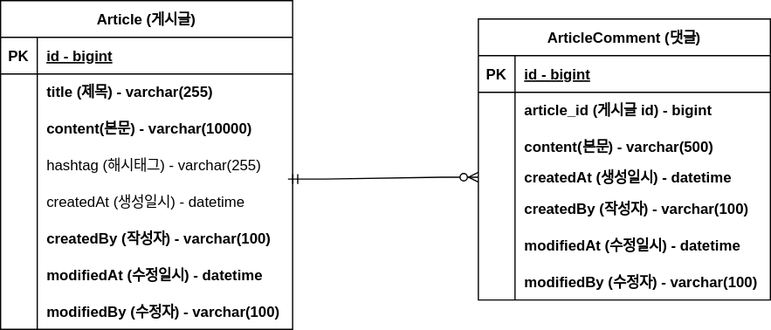
sagong0/fc-board-project keeps this draw.io diagram as document/board-erd.svg. Above is the earlier version. Source tidied: cells renumbered, new cells last; positions are measured from the earlier drawing's top-left corner, leaving out a move shared by most shapes.
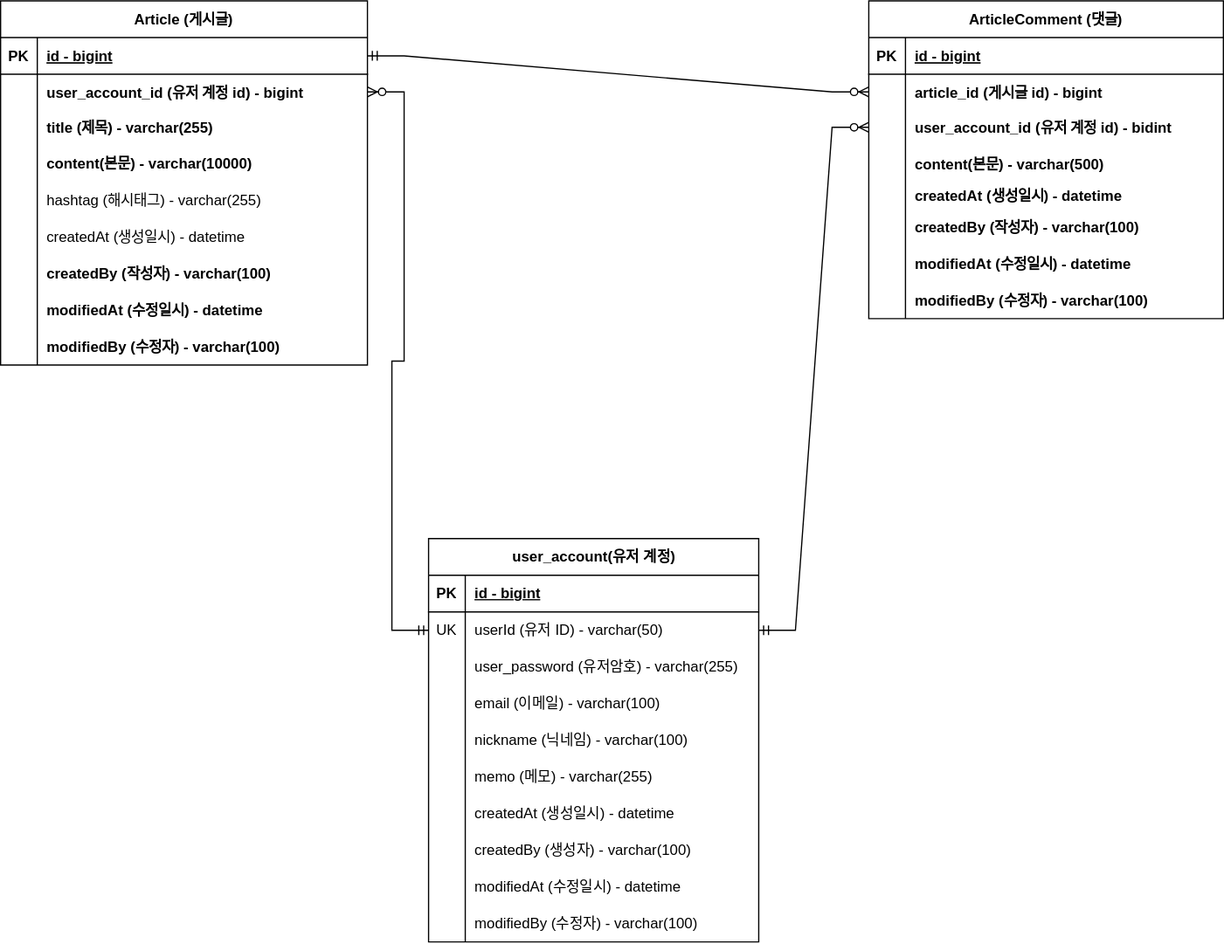
After the commit.

Commit message:
#17 - 회원계정 erd 반영

The edit, as a diff of the source:
```diff
@@ -5,6 +5,6 @@
     <mxCell id="2" value="Article (게시글)" style="shape=table;startSize=30;rowLines=0;fontStyle=1;align=center;" parent="1" vertex="1">
-      <mxGeometry width="239" height="269" as="geometry" />
+      <mxGeometry x="-40" y="-85" width="300" height="298" as="geometry" />
     </mxCell>
     <mxCell id="3" style="shape=partialRectangle;fillColor=none;points=[[0,0.5],[1,0.5]];portConstraint=eastwest;top=0;left=0;right=0;bottom=1;" parent="2" vertex="1">
-      <mxGeometry y="30" width="239" height="30" as="geometry" />
+      <mxGeometry y="30" width="300" height="30" as="geometry" />
     </mxCell>
@@ -14,6 +14,6 @@
     <mxCell id="5" value="id - bigint" style="shape=partialRectangle;overflow=hidden;fillColor=none;top=0;left=0;bottom=0;right=0;align=left;spacingLeft=6;fontStyle=5;" parent="3" vertex="1">
-      <mxGeometry x="30" width="209" height="30" as="geometry" />
+      <mxGeometry x="30" width="270" height="30" as="geometry" />
     </mxCell>
     <mxCell id="6" style="shape=partialRectangle;fillColor=none;points=[[0,0.5],[1,0.5]];portConstraint=eastwest;top=0;left=0;right=0;bottom=0;" parent="2" vertex="1">
-      <mxGeometry y="60" width="239" height="29" as="geometry" />
+      <mxGeometry y="60" width="300" height="29" as="geometry" />
     </mxCell>
@@ -22,7 +22,16 @@
     </mxCell>
-    <mxCell id="8" value="title (제목) - varchar(255)" style="shape=partialRectangle;overflow=hidden;fillColor=none;top=0;left=0;bottom=0;right=0;align=left;spacingLeft=6;fontStyle=1;" parent="6" vertex="1">
-      <mxGeometry x="30" width="209" height="29" as="geometry" />
+    <mxCell id="8" value="user_account_id (유저 계정 id) - bigint" style="shape=partialRectangle;overflow=hidden;fillColor=none;top=0;left=0;bottom=0;right=0;align=left;spacingLeft=6;fontStyle=1;" parent="6" vertex="1">
+      <mxGeometry x="30" width="270" height="29" as="geometry" />
     </mxCell>
+    <mxCell id="50" style="shape=partialRectangle;fillColor=none;top=0;left=0;right=0;bottom=0;" parent="2" vertex="1">
+      <mxGeometry y="89" width="300" height="29" as="geometry" />
+    </mxCell>
+    <mxCell id="51" style="shape=partialRectangle;overflow=hidden;fillColor=none;top=0;left=0;bottom=0;right=0;" parent="50" vertex="1">
+      <mxGeometry width="30" height="29" as="geometry" />
+    </mxCell>
+    <mxCell id="52" value="title (제목) - varchar(255)" style="shape=partialRectangle;overflow=hidden;fillColor=none;top=0;left=0;bottom=0;right=0;align=left;spacingLeft=6;fontStyle=1;" parent="50" vertex="1">
+      <mxGeometry x="30" width="270" height="29" as="geometry" />
+    </mxCell>
     <mxCell id="9" style="shape=partialRectangle;fillColor=none;top=0;left=0;right=0;bottom=0;" parent="2" vertex="1">
-      <mxGeometry y="89" width="239" height="30" as="geometry" />
+      <mxGeometry y="118" width="300" height="30" as="geometry" />
     </mxCell>
@@ -32,6 +41,6 @@
     <mxCell id="11" value="content(본문) - varchar(10000)" style="shape=partialRectangle;overflow=hidden;fillColor=none;top=0;left=0;bottom=0;right=0;align=left;spacingLeft=6;fontStyle=1;" parent="9" vertex="1">
-      <mxGeometry x="30" width="209" height="30" as="geometry" />
+      <mxGeometry x="30" width="270" height="30" as="geometry" />
     </mxCell>
     <mxCell id="12" style="shape=partialRectangle;fillColor=none;top=0;left=0;right=0;bottom=0;" parent="2" vertex="1">
-      <mxGeometry y="119" width="239" height="30" as="geometry" />
+      <mxGeometry y="148" width="300" height="30" as="geometry" />
     </mxCell>
@@ -41,6 +50,6 @@
     <mxCell id="14" value="hashtag (해시태그) - varchar(255)" style="shape=partialRectangle;overflow=hidden;fillColor=none;top=0;left=0;bottom=0;right=0;align=left;spacingLeft=6;" parent="12" vertex="1">
-      <mxGeometry x="30" width="209" height="30" as="geometry" />
+      <mxGeometry x="30" width="270" height="30" as="geometry" />
     </mxCell>
     <mxCell id="15" style="shape=partialRectangle;fillColor=none;points=[[0,0.5],[1,0.5]];portConstraint=eastwest;top=0;left=0;right=0;bottom=0;" parent="2" vertex="1">
-      <mxGeometry y="149" width="239" height="30" as="geometry" />
+      <mxGeometry y="178" width="300" height="30" as="geometry" />
     </mxCell>
@@ -50,6 +59,6 @@
     <mxCell id="17" value="createdAt (생성일시) - datetime" style="shape=partialRectangle;overflow=hidden;fillColor=none;top=0;left=0;bottom=0;right=0;align=left;spacingLeft=6;" parent="15" vertex="1">
-      <mxGeometry x="30" width="209" height="30" as="geometry" />
+      <mxGeometry x="30" width="270" height="30" as="geometry" />
     </mxCell>
     <mxCell id="18" style="shape=partialRectangle;fillColor=none;top=0;left=0;right=0;bottom=0;" parent="2" vertex="1">
-      <mxGeometry y="179" width="239" height="30" as="geometry" />
+      <mxGeometry y="208" width="300" height="30" as="geometry" />
     </mxCell>
@@ -59,6 +68,6 @@
     <mxCell id="20" value="createdBy (작성자) - varchar(100)" style="shape=partialRectangle;overflow=hidden;fillColor=none;top=0;left=0;bottom=0;right=0;align=left;spacingLeft=6;fontStyle=1;" parent="18" vertex="1">
-      <mxGeometry x="30" width="209" height="30" as="geometry" />
+      <mxGeometry x="30" width="270" height="30" as="geometry" />
     </mxCell>
     <mxCell id="21" style="shape=partialRectangle;fillColor=none;top=0;left=0;right=0;bottom=0;" parent="2" vertex="1">
-      <mxGeometry y="209" width="239" height="30" as="geometry" />
+      <mxGeometry y="238" width="300" height="30" as="geometry" />
     </mxCell>
@@ -68,6 +77,6 @@
     <mxCell id="23" value="modifiedAt (수정일시) - datetime" style="shape=partialRectangle;overflow=hidden;fillColor=none;top=0;left=0;bottom=0;right=0;align=left;spacingLeft=6;fontStyle=1;" parent="21" vertex="1">
-      <mxGeometry x="30" width="209" height="30" as="geometry" />
+      <mxGeometry x="30" width="270" height="30" as="geometry" />
     </mxCell>
     <mxCell id="24" style="shape=partialRectangle;fillColor=none;top=0;left=0;right=0;bottom=0;" parent="2" vertex="1">
-      <mxGeometry y="239" width="239" height="30" as="geometry" />
+      <mxGeometry y="268" width="300" height="30" as="geometry" />
     </mxCell>
@@ -77,12 +86,9 @@
     <mxCell id="26" value="modifiedBy (수정자) - varchar(100)" style="shape=partialRectangle;overflow=hidden;fillColor=none;top=0;left=0;bottom=0;right=0;align=left;spacingLeft=6;fontStyle=1;" parent="24" vertex="1">
-      <mxGeometry x="30" width="209" height="30" as="geometry" />
+      <mxGeometry x="30" width="270" height="30" as="geometry" />
     </mxCell>
-    <mxCell id="27" style="edgeStyle=entityRelationEdgeStyle;fontSize=12;html=1;endArrow=ERzeroToMany;startArrow=ERmandOne;rounded=0;exitX=0.984;exitY=-0.1;exitDx=0;exitDy=0;exitPerimeter=0;" parent="1" edge="1" source="15" target="38">
-      <mxGeometry relative="1" as="geometry" />
-    </mxCell>
     <mxCell id="28" value="ArticleComment (댓글)" style="shape=table;startSize=30;rowLines=0;fontStyle=1;align=center;" parent="1" vertex="1">
-      <mxGeometry x="391" y="15" width="239" height="230" as="geometry" />
+      <mxGeometry x="670" y="-85" width="290" height="260" as="geometry" />
     </mxCell>
     <mxCell id="29" style="shape=partialRectangle;fillColor=none;top=0;left=0;right=0;bottom=1;" parent="28" vertex="1">
-      <mxGeometry y="30" width="239" height="30" as="geometry" />
+      <mxGeometry y="30" width="290" height="30" as="geometry" />
     </mxCell>
@@ -92,6 +98,6 @@
     <mxCell id="31" value="id - bigint" style="shape=partialRectangle;overflow=hidden;fillColor=none;top=0;left=0;bottom=0;right=0;align=left;spacingLeft=6;fontStyle=5;" parent="29" vertex="1">
-      <mxGeometry x="30" width="209" height="30" as="geometry" />
+      <mxGeometry x="30" width="260" height="30" as="geometry" />
     </mxCell>
     <mxCell id="32" style="shape=partialRectangle;fillColor=none;points=[[0,0.5],[1,0.5]];portConstraint=eastwest;top=0;left=0;right=0;bottom=0;" parent="28" vertex="1">
-      <mxGeometry y="60" width="239" height="29" as="geometry" />
+      <mxGeometry y="60" width="290" height="29" as="geometry" />
     </mxCell>
@@ -101,15 +107,24 @@
     <mxCell id="34" value="article_id (게시글 id) - bigint" style="shape=partialRectangle;overflow=hidden;fillColor=none;top=0;left=0;bottom=0;right=0;align=left;spacingLeft=6;fontStyle=1;" parent="32" vertex="1">
-      <mxGeometry x="30" width="209" height="29" as="geometry" />
+      <mxGeometry x="30" width="260" height="29" as="geometry" />
     </mxCell>
+    <mxCell id="53" style="shape=partialRectangle;fillColor=none;points=[[0,0.5],[1,0.5]];portConstraint=eastwest;top=0;left=0;right=0;bottom=0;" parent="28" vertex="1">
+      <mxGeometry y="89" width="290" height="29" as="geometry" />
+    </mxCell>
+    <mxCell id="54" style="shape=partialRectangle;overflow=hidden;fillColor=none;top=0;left=0;bottom=0;right=0;" parent="53" vertex="1">
+      <mxGeometry width="30" height="29" as="geometry" />
+    </mxCell>
+    <mxCell id="55" value="user_account_id (유저 계정 id) - bidint" style="shape=partialRectangle;overflow=hidden;fillColor=none;top=0;left=0;bottom=0;right=0;align=left;spacingLeft=6;fontStyle=1;" parent="53" vertex="1">
+      <mxGeometry x="30" width="260" height="29" as="geometry" />
+    </mxCell>
     <mxCell id="35" style="shape=partialRectangle;fillColor=none;top=0;left=0;right=0;bottom=0;" parent="28" vertex="1">
-      <mxGeometry y="89" width="239" height="30" as="geometry" />
+      <mxGeometry y="118" width="290" height="31" as="geometry" />
     </mxCell>
     <mxCell id="36" style="shape=partialRectangle;overflow=hidden;fillColor=none;top=0;left=0;bottom=0;right=0;" parent="35" vertex="1">
-      <mxGeometry width="30" height="30" as="geometry" />
+      <mxGeometry width="30" height="31" as="geometry" />
     </mxCell>
     <mxCell id="37" value="content(본문) - varchar(500)" style="shape=partialRectangle;overflow=hidden;fillColor=none;top=0;left=0;bottom=0;right=0;align=left;spacingLeft=6;fontStyle=1;" parent="35" vertex="1">
-      <mxGeometry x="30" width="209" height="30" as="geometry" />
+      <mxGeometry x="30" width="260" height="31" as="geometry" />
     </mxCell>
     <mxCell id="38" style="shape=partialRectangle;fillColor=none;points=[[0,0.5],[1,0.5]];portConstraint=eastwest;top=0;left=0;right=0;bottom=0;" parent="28" vertex="1">
-      <mxGeometry y="119" width="239" height="21" as="geometry" />
+      <mxGeometry y="149" width="290" height="21" as="geometry" />
     </mxCell>
@@ -119,6 +134,6 @@
     <mxCell id="40" value="createdAt (생성일시) - datetime" style="shape=partialRectangle;overflow=hidden;fillColor=none;top=0;left=0;bottom=0;right=0;align=left;spacingLeft=6;fontStyle=1;" parent="38" vertex="1">
-      <mxGeometry x="30" width="209" height="21" as="geometry" />
+      <mxGeometry x="30" width="260" height="21" as="geometry" />
     </mxCell>
     <mxCell id="41" style="shape=partialRectangle;fillColor=none;top=0;left=0;right=0;bottom=0;" parent="28" vertex="1">
-      <mxGeometry y="140" width="239" height="30" as="geometry" />
+      <mxGeometry y="170" width="290" height="30" as="geometry" />
     </mxCell>
@@ -128,6 +143,6 @@
     <mxCell id="43" value="createdBy (작성자) - varchar(100)" style="shape=partialRectangle;overflow=hidden;fillColor=none;top=0;left=0;bottom=0;right=0;align=left;spacingLeft=6;fontStyle=1;" parent="41" vertex="1">
-      <mxGeometry x="30" width="209" height="30" as="geometry" />
+      <mxGeometry x="30" width="260" height="30" as="geometry" />
     </mxCell>
     <mxCell id="44" style="shape=partialRectangle;fillColor=none;top=0;left=0;right=0;bottom=0;" parent="28" vertex="1">
-      <mxGeometry y="170" width="239" height="30" as="geometry" />
+      <mxGeometry y="200" width="290" height="30" as="geometry" />
     </mxCell>
@@ -137,6 +152,6 @@
     <mxCell id="46" value="modifiedAt (수정일시) - datetime" style="shape=partialRectangle;overflow=hidden;fillColor=none;top=0;left=0;bottom=0;right=0;align=left;spacingLeft=6;fontStyle=1;" parent="44" vertex="1">
-      <mxGeometry x="30" width="209" height="30" as="geometry" />
+      <mxGeometry x="30" width="260" height="30" as="geometry" />
     </mxCell>
     <mxCell id="47" style="shape=partialRectangle;fillColor=none;top=0;left=0;right=0;bottom=0;" parent="28" vertex="1">
-      <mxGeometry y="200" width="239" height="30" as="geometry" />
+      <mxGeometry y="230" width="290" height="30" as="geometry" />
     </mxCell>
@@ -146,4 +161,106 @@
     <mxCell id="49" value="modifiedBy (수정자) - varchar(100)" style="shape=partialRectangle;overflow=hidden;fillColor=none;top=0;left=0;bottom=0;right=0;align=left;spacingLeft=6;fontStyle=1;" parent="47" vertex="1">
-      <mxGeometry x="30" width="209" height="30" as="geometry" />
+      <mxGeometry x="30" width="260" height="30" as="geometry" />
     </mxCell>
+    <mxCell id="56" value="user_account(유저 계정)" style="shape=table;startSize=30;rowLines=0;fontStyle=1;align=center;html=1;" parent="1" vertex="1">
+      <mxGeometry x="310" y="355" width="270" height="330" as="geometry" />
+    </mxCell>
+    <mxCell id="57" style="shape=tableRow;horizontal=0;startSize=0;swimlaneHead=0;swimlaneBody=0;fillColor=none;top=0;left=0;right=0;bottom=1;" parent="56" vertex="1">
+      <mxGeometry y="30" width="270" height="30" as="geometry" />
+    </mxCell>
+    <mxCell id="58" value="PK" style="shape=partialRectangle;fillColor=none;top=0;left=0;bottom=0;right=0;fontStyle=1;overflow=hidden;whiteSpace=wrap;html=1;" parent="57" vertex="1">
+      <mxGeometry width="30" height="30" as="geometry" />
+    </mxCell>
+    <mxCell id="59" value="id - bigint" style="shape=partialRectangle;fillColor=none;top=0;left=0;bottom=0;right=0;align=left;spacingLeft=6;fontStyle=5;overflow=hidden;whiteSpace=wrap;html=1;" parent="57" vertex="1">
+      <mxGeometry x="30" width="240" height="30" as="geometry" />
+    </mxCell>
+    <mxCell id="60" style="shape=tableRow;horizontal=0;startSize=0;swimlaneHead=0;swimlaneBody=0;fillColor=none;points=[[0,0.5],[1,0.5]];portConstraint=eastwest;top=0;left=0;right=0;bottom=0;" parent="56" vertex="1">
+      <mxGeometry y="60" width="270" height="30" as="geometry" />
+    </mxCell>
+    <mxCell id="61" value="UK" style="shape=partialRectangle;fillColor=none;top=0;left=0;bottom=0;right=0;overflow=hidden;whiteSpace=wrap;html=1;" parent="60" vertex="1">
+      <mxGeometry width="30" height="30" as="geometry" />
+    </mxCell>
+    <mxCell id="62" value="userId (유저 ID) - varchar(50)" style="shape=partialRectangle;fillColor=none;top=0;left=0;bottom=0;right=0;align=left;spacingLeft=6;overflow=hidden;whiteSpace=wrap;html=1;" parent="60" vertex="1">
+      <mxGeometry x="30" width="240" height="30" as="geometry" />
+    </mxCell>
+    <mxCell id="63" style="shape=tableRow;horizontal=0;startSize=0;swimlaneHead=0;swimlaneBody=0;fillColor=none;top=0;left=0;right=0;bottom=0;" parent="56" vertex="1">
+      <mxGeometry y="90" width="270" height="30" as="geometry" />
+    </mxCell>
+    <mxCell id="64" style="shape=partialRectangle;fillColor=none;top=0;left=0;bottom=0;right=0;overflow=hidden;whiteSpace=wrap;html=1;" parent="63" vertex="1">
+      <mxGeometry width="30" height="30" as="geometry" />
+    </mxCell>
+    <mxCell id="65" value="user_password (유저암호) - varchar(255)" style="shape=partialRectangle;fillColor=none;top=0;left=0;bottom=0;right=0;align=left;spacingLeft=6;overflow=hidden;whiteSpace=wrap;html=1;" parent="63" vertex="1">
+      <mxGeometry x="30" width="240" height="30" as="geometry" />
+    </mxCell>
+    <mxCell id="66" style="shape=tableRow;horizontal=0;startSize=0;swimlaneHead=0;swimlaneBody=0;fillColor=none;top=0;left=0;right=0;bottom=0;" parent="56" vertex="1">
+      <mxGeometry y="120" width="270" height="30" as="geometry" />
+    </mxCell>
+    <mxCell id="67" style="shape=partialRectangle;fillColor=none;top=0;left=0;bottom=0;right=0;overflow=hidden;whiteSpace=wrap;html=1;" parent="66" vertex="1">
+      <mxGeometry width="30" height="30" as="geometry" />
+    </mxCell>
+    <mxCell id="68" value="email (이메일) - varchar(100)" style="shape=partialRectangle;fillColor=none;top=0;left=0;bottom=0;right=0;align=left;spacingLeft=6;overflow=hidden;whiteSpace=wrap;html=1;" parent="66" vertex="1">
+      <mxGeometry x="30" width="240" height="30" as="geometry" />
+    </mxCell>
+    <mxCell id="69" style="shape=tableRow;horizontal=0;startSize=0;swimlaneHead=0;swimlaneBody=0;fillColor=none;top=0;left=0;right=0;bottom=0;" parent="56" vertex="1">
+      <mxGeometry y="150" width="270" height="30" as="geometry" />
+    </mxCell>
+    <mxCell id="70" style="shape=partialRectangle;fillColor=none;top=0;left=0;bottom=0;right=0;overflow=hidden;whiteSpace=wrap;html=1;" parent="69" vertex="1">
+      <mxGeometry width="30" height="30" as="geometry" />
+    </mxCell>
+    <mxCell id="71" value="nickname (닉네임) - varchar(100)" style="shape=partialRectangle;fillColor=none;top=0;left=0;bottom=0;right=0;align=left;spacingLeft=6;overflow=hidden;whiteSpace=wrap;html=1;" parent="69" vertex="1">
+      <mxGeometry x="30" width="240" height="30" as="geometry" />
+    </mxCell>
+    <mxCell id="72" style="shape=tableRow;horizontal=0;startSize=0;swimlaneHead=0;swimlaneBody=0;fillColor=none;top=0;left=0;right=0;bottom=0;" parent="56" vertex="1">
+      <mxGeometry y="180" width="270" height="30" as="geometry" />
+    </mxCell>
+    <mxCell id="73" style="shape=partialRectangle;fillColor=none;top=0;left=0;bottom=0;right=0;overflow=hidden;whiteSpace=wrap;html=1;" parent="72" vertex="1">
+      <mxGeometry width="30" height="30" as="geometry" />
+    </mxCell>
+    <mxCell id="74" value="memo (메모) - varchar(255)" style="shape=partialRectangle;fillColor=none;top=0;left=0;bottom=0;right=0;align=left;spacingLeft=6;overflow=hidden;whiteSpace=wrap;html=1;" parent="72" vertex="1">
+      <mxGeometry x="30" width="240" height="30" as="geometry" />
+    </mxCell>
+    <mxCell id="75" style="shape=tableRow;horizontal=0;startSize=0;swimlaneHead=0;swimlaneBody=0;fillColor=none;top=0;left=0;right=0;bottom=0;" parent="56" vertex="1">
+      <mxGeometry y="210" width="270" height="30" as="geometry" />
+    </mxCell>
+    <mxCell id="76" style="shape=partialRectangle;fillColor=none;top=0;left=0;bottom=0;right=0;overflow=hidden;whiteSpace=wrap;html=1;" parent="75" vertex="1">
+      <mxGeometry width="30" height="30" as="geometry" />
+    </mxCell>
+    <mxCell id="77" value="createdAt (생성일시) - datetime" style="shape=partialRectangle;fillColor=none;top=0;left=0;bottom=0;right=0;align=left;spacingLeft=6;overflow=hidden;whiteSpace=wrap;html=1;" parent="75" vertex="1">
+      <mxGeometry x="30" width="240" height="30" as="geometry" />
+    </mxCell>
+    <mxCell id="78" style="shape=tableRow;horizontal=0;startSize=0;swimlaneHead=0;swimlaneBody=0;fillColor=none;top=0;left=0;right=0;bottom=0;" parent="56" vertex="1">
+      <mxGeometry y="240" width="270" height="30" as="geometry" />
+    </mxCell>
+    <mxCell id="79" value="&lt;span style=&quot;white-space: pre;&quot;&gt;&#9;&lt;/span&gt;" style="shape=partialRectangle;fillColor=none;top=0;left=0;bottom=0;right=0;overflow=hidden;whiteSpace=wrap;html=1;" parent="78" vertex="1">
+      <mxGeometry width="30" height="30" as="geometry" />
+    </mxCell>
+    <mxCell id="80" value="createdBy (생성자) - varchar(100)" style="shape=partialRectangle;fillColor=none;top=0;left=0;bottom=0;right=0;align=left;spacingLeft=6;overflow=hidden;whiteSpace=wrap;html=1;" parent="78" vertex="1">
+      <mxGeometry x="30" width="240" height="30" as="geometry" />
+    </mxCell>
+    <mxCell id="81" style="shape=tableRow;horizontal=0;startSize=0;swimlaneHead=0;swimlaneBody=0;fillColor=none;top=0;left=0;right=0;bottom=0;" parent="56" vertex="1">
+      <mxGeometry y="270" width="270" height="30" as="geometry" />
+    </mxCell>
+    <mxCell id="82" style="shape=partialRectangle;fillColor=none;top=0;left=0;bottom=0;right=0;overflow=hidden;whiteSpace=wrap;html=1;" parent="81" vertex="1">
+      <mxGeometry width="30" height="30" as="geometry" />
+    </mxCell>
+    <mxCell id="83" value="modifiedAt (수정일시) - datetime" style="shape=partialRectangle;fillColor=none;top=0;left=0;bottom=0;right=0;align=left;spacingLeft=6;overflow=hidden;whiteSpace=wrap;html=1;" parent="81" vertex="1">
+      <mxGeometry x="30" width="240" height="30" as="geometry" />
+    </mxCell>
+    <mxCell id="84" style="shape=tableRow;horizontal=0;startSize=0;swimlaneHead=0;swimlaneBody=0;fillColor=none;top=0;left=0;right=0;bottom=0;" parent="56" vertex="1">
+      <mxGeometry y="300" width="270" height="30" as="geometry" />
+    </mxCell>
+    <mxCell id="85" style="shape=partialRectangle;fillColor=none;top=0;left=0;bottom=0;right=0;overflow=hidden;whiteSpace=wrap;html=1;" parent="84" vertex="1">
+      <mxGeometry width="30" height="30" as="geometry" />
+    </mxCell>
+    <mxCell id="86" value="modifiedBy (수정자) - varchar(100)" style="shape=partialRectangle;fillColor=none;top=0;left=0;bottom=0;right=0;align=left;spacingLeft=6;overflow=hidden;whiteSpace=wrap;html=1;" parent="84" vertex="1">
+      <mxGeometry x="30" width="240" height="30" as="geometry" />
+    </mxCell>
+    <mxCell id="87" style="edgeStyle=entityRelationEdgeStyle;fontSize=12;html=1;endArrow=ERzeroToMany;startArrow=ERmandOne;rounded=0;exitX=1;exitY=0.5;exitDx=0;exitDy=0;entryX=0;entryY=0.5;entryDx=0;entryDy=0;" parent="1" edge="1" source="3" target="32">
+      <mxGeometry relative="1" as="geometry" />
+    </mxCell>
+    <mxCell id="88" style="edgeStyle=entityRelationEdgeStyle;fontSize=12;html=1;endArrow=ERzeroToMany;startArrow=ERmandOne;rounded=0;exitX=0;exitY=0.5;exitDx=0;exitDy=0;entryX=1;entryY=0.5;entryDx=0;entryDy=0;" parent="1" edge="1" source="60" target="6">
+      <mxGeometry relative="1" as="geometry" />
+    </mxCell>
+    <mxCell id="89" style="edgeStyle=entityRelationEdgeStyle;fontSize=12;html=1;endArrow=ERzeroToMany;startArrow=ERmandOne;rounded=0;entryX=0;entryY=0.5;entryDx=0;entryDy=0;exitX=1;exitY=0.5;exitDx=0;exitDy=0;" parent="1" edge="1" source="60" target="53">
+      <mxGeometry relative="1" as="geometry" />
+    </mxCell>
   </root>
```
